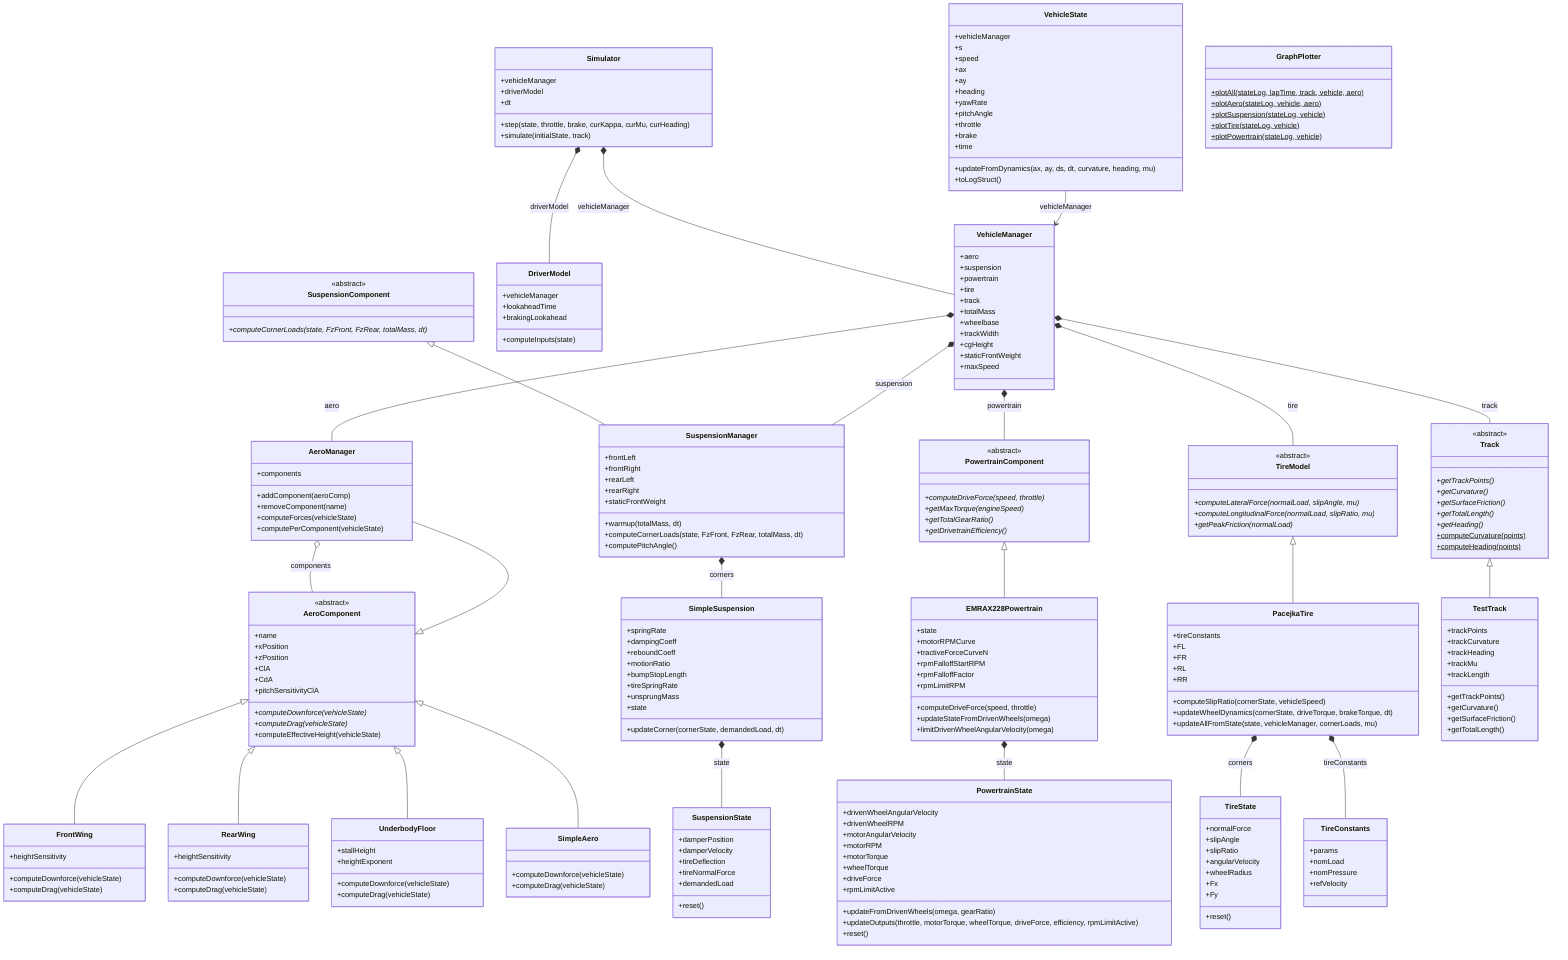
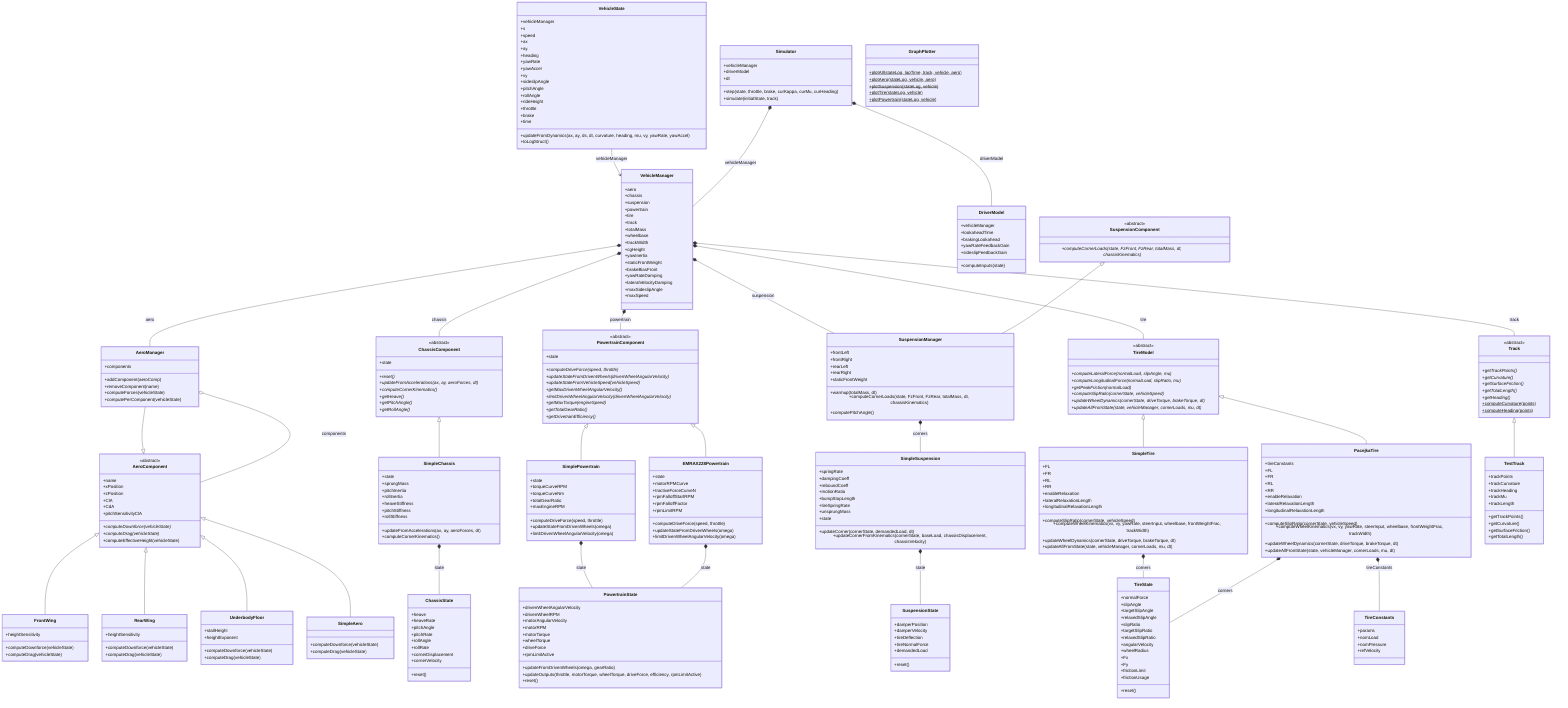
classDiagram
    direction TB

    class Simulator {
        +vehicleManager
        +driverModel
        +dt
        +step(state, throttle, brake, curKappa, curMu, curHeading)
        +simulate(initialState, track)
    }

    class VehicleManager {
        +aero
+         +chassis
        +suspension
        +powertrain
        +tire
        +track
        +totalMass
        +wheelbase
        +trackWidth
        +cgHeight
+         +yawInertia
        +staticFrontWeight
+         +brakeBiasFront
+         +yawRateDamping
+         +lateralVelocityDamping
+         +maxSideslipAngle
        +maxSpeed
    }

    class DriverModel {
        +vehicleManager
        +lookaheadTime
        +brakingLookahead
+         +yawRateFeedbackGain
+         +sideslipFeedbackGain
        +computeInputs(state)
    }

    class VehicleState {
        +vehicleManager
        +s
        +speed
        +ax
        +ay
        +heading
        +yawRate
+         +yawAccel
+         +vy
+         +sideslipAngle
        +pitchAngle
+         +rollAngle
+         +rideHeight
        +throttle
        +brake
        +time
-         +updateFromDynamics(ax, ay, ds, dt, curvature, heading, mu)
+         +updateFromDynamics(ax, ay, ds, dt, curvature, heading, mu, vy, yawRate, yawAccel)
        +toLogStruct()
+     }
+ 
+     class ChassisComponent {
+         <<abstract>>
+         +state
+         +reset()*
+         +updateFromAccelerations(ax, ay, aeroForces, dt)*
+         +computeCornerKinematics()*
+         +getHeave()*
+         +getPitchAngle()*
+         +getRollAngle()*
+     }
+ 
+     class SimpleChassis {
+         +state
+         +sprungMass
+         +pitchInertia
+         +rollInertia
+         +heaveStiffness
+         +pitchStiffness
+         +rollStiffness
+         +updateFromAccelerations(ax, ay, aeroForces, dt)
+         +computeCornerKinematics()
+     }
+ 
+     class ChassisState {
+         +heave
+         +heaveRate
+         +pitchAngle
+         +pitchRate
+         +rollAngle
+         +rollRate
+         +cornerDisplacement
+         +cornerVelocity
+         +reset()
    }

    class AeroComponent {
        <<abstract>>
        +name
        +xPosition
        +zPosition
        +ClA
        +CdA
        +pitchSensitivityClA
        +computeDownforce(vehicleState)*
        +computeDrag(vehicleState)*
        +computeEffectiveHeight(vehicleState)
    }

    class AeroManager {
        +components
        +addComponent(aeroComp)
        +removeComponent(name)
        +computeForces(vehicleState)
        +computePerComponent(vehicleState)
    }

    class FrontWing {
        +heightSensitivity
        +computeDownforce(vehicleState)
        +computeDrag(vehicleState)
    }

    class RearWing {
        +heightSensitivity
        +computeDownforce(vehicleState)
        +computeDrag(vehicleState)
    }

    class UnderbodyFloor {
        +stallHeight
        +heightExponent
        +computeDownforce(vehicleState)
        +computeDrag(vehicleState)
    }

    class SimpleAero {
        +computeDownforce(vehicleState)
        +computeDrag(vehicleState)
    }

    class SuspensionComponent {
        <<abstract>>
-         +computeCornerLoads(state, FzFront, FzRear, totalMass, dt)*
+         +computeCornerLoads(state, FzFront, FzRear, totalMass, dt, chassisKinematics)*
    }

    class SuspensionManager {
        +frontLeft
        +frontRight
        +rearLeft
        +rearRight
        +staticFrontWeight
        +warmup(totalMass, dt)
-         +computeCornerLoads(state, FzFront, FzRear, totalMass, dt)
+         +computeCornerLoads(state, FzFront, FzRear, totalMass, dt, chassisKinematics)
        +computePitchAngle()
    }

    class SimpleSuspension {
        +springRate
        +dampingCoeff
        +reboundCoeff
        +motionRatio
        +bumpStopLength
        +tireSpringRate
        +unsprungMass
        +state
        +updateCorner(cornerState, demandedLoad, dt)
+         +updateCornerFromKinematics(cornerState, baseLoad, chassisDisplacement, chassisVelocity)
    }

    class SuspensionState {
        +damperPosition
        +damperVelocity
        +tireDeflection
        +tireNormalForce
        +demandedLoad
        +reset()
    }

    class PowertrainComponent {
        <<abstract>>
+         +state
        +computeDriveForce(speed, throttle)*
+         +updateStateFromDrivenWheels(drivenWheelAngularVelocity)*
+         +updateStateFromVehicleSpeed(vehicleSpeed)*
+         +getMaxDrivenWheelAngularVelocity()*
+         +limitDrivenWheelAngularVelocity(drivenWheelAngularVelocity)*
        +getMaxTorque(engineSpeed)*
        +getTotalGearRatio()*
        +getDrivetrainEfficiency()*
    }

    class EMRAX228Powertrain {
        +state
        +motorRPMCurve
        +tractiveForceCurveN
        +rpmFalloffStartRPM
        +rpmFalloffFactor
        +rpmLimitRPM
+         +computeDriveForce(speed, throttle)
+         +updateStateFromDrivenWheels(omega)
+         +limitDrivenWheelAngularVelocity(omega)
+     }
+ 
+     class SimplePowertrain {
+         +state
+         +torqueCurveRPM
+         +torqueCurveNm
+         +totalGearRatio
+         +maxEngineRPM
        +computeDriveForce(speed, throttle)
        +updateStateFromDrivenWheels(omega)
        +limitDrivenWheelAngularVelocity(omega)
    }

    class PowertrainState {
        +drivenWheelAngularVelocity
        +drivenWheelRPM
        +motorAngularVelocity
        +motorRPM
        +motorTorque
        +wheelTorque
        +driveForce
        +rpmLimitActive
        +updateFromDrivenWheels(omega, gearRatio)
        +updateOutputs(throttle, motorTorque, wheelTorque, driveForce, efficiency, rpmLimitActive)
        +reset()
    }

    class TireModel {
        <<abstract>>
        +computeLateralForce(normalLoad, slipAngle, mu)*
        +computeLongitudinalForce(normalLoad, slipRatio, mu)*
        +getPeakFriction(normalLoad)*
+         +computeSlipRatio(cornerState, vehicleSpeed)*
+         +updateWheelDynamics(cornerState, driveTorque, brakeTorque, dt)*
+         +updateAllFromState(state, vehicleManager, cornerLoads, mu, dt)*
    }

    class PacejkaTire {
        +tireConstants
        +FL
        +FR
        +RL
        +RR
+         +enableRelaxation
+         +lateralRelaxationLength
+         +longitudinalRelaxationLength
        +computeSlipRatio(cornerState, vehicleSpeed)
+         +computeWheelKinematics(vx, vy, yawRate, steerInput, wheelbase, frontWeightFrac, trackWidth)
        +updateWheelDynamics(cornerState, driveTorque, brakeTorque, dt)
-         +updateAllFromState(state, vehicleManager, cornerLoads, mu)
+         +updateAllFromState(state, vehicleManager, cornerLoads, mu, dt)
+     }
+ 
+     class SimpleTire {
+         +FL
+         +FR
+         +RL
+         +RR
+         +enableRelaxation
+         +lateralRelaxationLength
+         +longitudinalRelaxationLength
+         +computeSlipRatio(cornerState, vehicleSpeed)
+         +computeWheelKinematics(vx, vy, yawRate, steerInput, wheelbase, frontWeightFrac, trackWidth)
+         +updateWheelDynamics(cornerState, driveTorque, brakeTorque, dt)
+         +updateAllFromState(state, vehicleManager, cornerLoads, mu, dt)
    }

    class TireState {
        +normalForce
        +slipAngle
+         +targetSlipAngle
+         +relaxedSlipAngle
        +slipRatio
+         +targetSlipRatio
+         +relaxedSlipRatio
        +angularVelocity
        +wheelRadius
        +Fx
        +Fy
+         +frictionLimit
+         +frictionUsage
        +reset()
    }

    class TireConstants {
        +params
        +nomLoad
        +nomPressure
        +refVelocity
    }

    class Track {
        <<abstract>>
        +getTrackPoints()*
        +getCurvature()*
        +getSurfaceFriction()*
        +getTotalLength()*
        +getHeading()*
        +computeCurvature(points)$
        +computeHeading(points)$
    }

    class TestTrack {
        +trackPoints
        +trackCurvature
        +trackHeading
        +trackMu
        +trackLength
        +getTrackPoints()
        +getCurvature()
        +getSurfaceFriction()
        +getTotalLength()
    }

    class GraphPlotter {
        +plotAll(stateLog, lapTime, track, vehicle, aero)$
        +plotAero(stateLog, vehicle, aero)$
        +plotSuspension(stateLog, vehicle)$
        +plotTire(stateLog, vehicle)$
        +plotPowertrain(stateLog, vehicle)$
    }

    AeroComponent <|-- AeroManager
    AeroComponent <|-- FrontWing
    AeroComponent <|-- RearWing
    AeroComponent <|-- UnderbodyFloor
    AeroComponent <|-- SimpleAero

+     ChassisComponent <|-- SimpleChassis
    SuspensionComponent <|-- SuspensionManager
    PowertrainComponent <|-- EMRAX228Powertrain
+     PowertrainComponent <|-- SimplePowertrain
    TireModel <|-- PacejkaTire
+     TireModel <|-- SimpleTire
    Track <|-- TestTrack

    Simulator *-- VehicleManager : vehicleManager
    Simulator *-- DriverModel : driverModel
    VehicleManager *-- AeroManager : aero
+     VehicleManager *-- ChassisComponent : chassis
    VehicleManager *-- SuspensionManager : suspension
    VehicleManager *-- PowertrainComponent : powertrain
    VehicleManager *-- TireModel : tire
    VehicleManager *-- Track : track
    VehicleState --> VehicleManager : vehicleManager

    AeroManager o-- AeroComponent : components
+     SimpleChassis *-- ChassisState : state
    SuspensionManager *-- SimpleSuspension : corners
    SimpleSuspension *-- SuspensionState : state
    EMRAX228Powertrain *-- PowertrainState : state
+     SimplePowertrain *-- PowertrainState : state
    PacejkaTire *-- TireState : corners
    PacejkaTire *-- TireConstants : tireConstants
+     SimpleTire *-- TireState : corners
